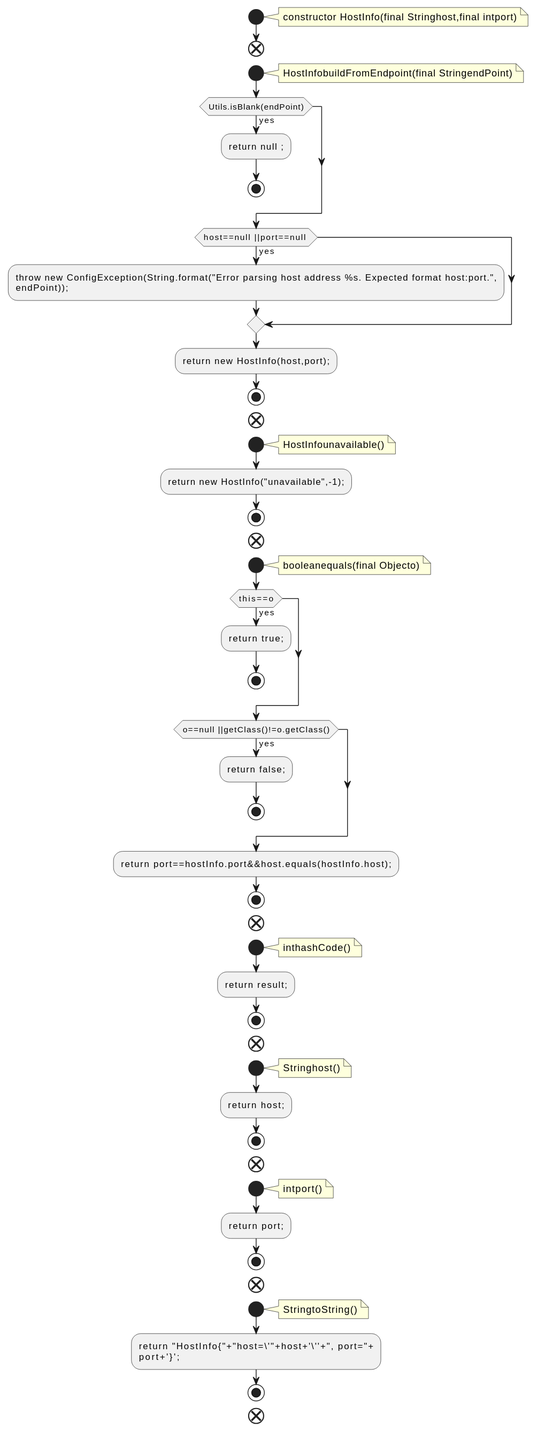
Before: docs/qc/streams/src/main/java/org/apache/kafka/streams/state/HostInfo.java.fct.svg, a diagram exported from PlantUML (qualitesys/kafka).
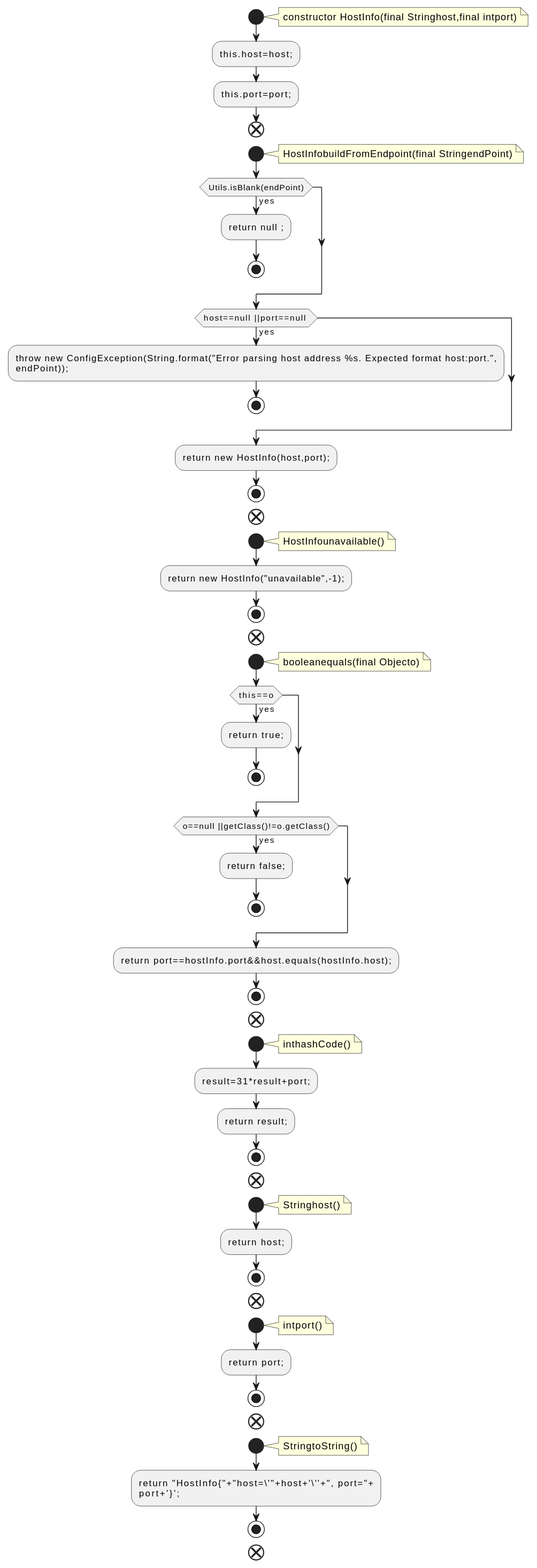
Later version of the same file.

What changed in the source:
```diff
@@ -4,6 +4,8 @@
 note right
 constructor HostInfo(final Stringhost,final intport)
 end note
+:this.host=host;;
+:this.port=port;;
 end
 start
 note right
@@ -16,6 +18,7 @@
 if (host==null ||port==null ) then (yes)
 :throw new ConfigException(String.format("Error parsing host address %s. Expected format host:port.",
 endPoint));;
+stop
 endif
 :return new HostInfo(host,port);;
 stop
@@ -46,6 +49,7 @@
 note right
 inthashCode()
 end note
+:result=31*result+port;;
 :return result;;
 stop
 end
```
